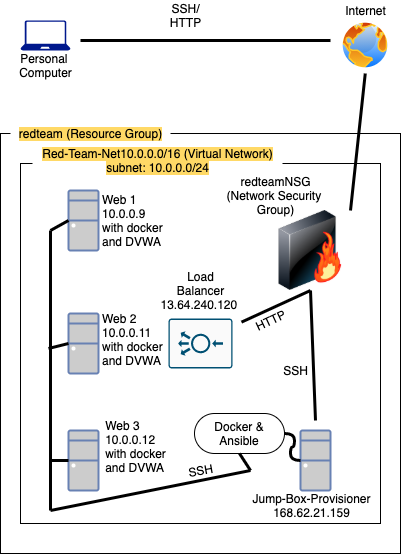
Earlier version of the draw.io export network.png (beniparis/Project1). Source tidied: cells renumbered, new cells last; positions are measured from the earlier drawing's top-left corner, leaving out a move shared by most shapes. Its diagram source:
```xml
<mxGraphModel>
  <root>
    <mxCell id="0" />
    <mxCell id="1" parent="0" />
    <mxCell id="2" style="whiteSpace=wrap;html=1;labelBackgroundColor=none;fillColor=none;" parent="1" vertex="1">
      <mxGeometry x="20" y="163" width="360" height="360" as="geometry" />
    </mxCell>
    <mxCell id="3" style="shadow=0;dashed=0;html=1;strokeColor=none;labelPosition=center;verticalLabelPosition=bottom;verticalAlign=top;align=center;fillColor=#00188D;shape=mxgraph.azure.laptop;" parent="1" vertex="1">
      <mxGeometry x="20" y="20" width="50" height="30" as="geometry" />
    </mxCell>
    <mxCell id="4" value="Personal &lt;br&gt;Computer" style="text;html=1;align=center;verticalAlign=middle;" parent="1" vertex="1">
      <mxGeometry x="10" y="50" width="70" height="30" as="geometry" />
    </mxCell>
    <mxCell id="5" style="endArrow=none;html=1;strokeWidth=3;" parent="1" edge="1">
      <mxGeometry relative="1" as="geometry">
        <mxPoint x="80" y="40" as="sourcePoint" />
        <mxPoint x="330" y="40" as="targetPoint" />
        <Array as="points">
          <mxPoint x="300" y="40" />
        </Array>
      </mxGeometry>
    </mxCell>
    <mxCell id="6" style="perimeter=ellipsePerimeter;html=1;align=center;shadow=0;dashed=0;spacingTop=3;image;image=img/lib/active_directory/internet_globe.svg;" parent="1" vertex="1">
      <mxGeometry x="340" y="20" width="50" height="50" as="geometry" />
    </mxCell>
    <mxCell id="7" value="Internet" style="text;html=1;align=center;verticalAlign=middle;" parent="1" vertex="1">
      <mxGeometry x="335" width="60" height="20" as="geometry" />
    </mxCell>
    <mxCell id="8" value="SSH/&lt;br&gt;HTTP" style="text;html=1;align=center;verticalAlign=middle;" parent="1" vertex="1">
      <mxGeometry x="160" width="50" height="30" as="geometry" />
    </mxCell>
    <mxCell id="9" style="rounded=0;whiteSpace=wrap;html=1;labelBackgroundColor=none;fillColor=none;" parent="1" vertex="1">
      <mxGeometry y="133" width="400" height="420" as="geometry" />
    </mxCell>
    <mxCell id="10" value="&lt;span style=&quot;background-color: rgb(255 , 217 , 102)&quot;&gt;redteam (Resource Group)&lt;/span&gt;" style="text;html=1;align=center;verticalAlign=middle;fillColor=#FFFFFF;" parent="1" vertex="1">
      <mxGeometry x="10" y="123" width="160" height="20" as="geometry" />
    </mxCell>
    <mxCell id="11" style="endArrow=none;html=1;strokeWidth=3;exitX=1;exitY=0;exitDx=0;exitDy=0;" parent="1" edge="1" source="12">
      <mxGeometry relative="1" as="geometry">
        <mxPoint x="364.8" y="73" as="targetPoint" />
      </mxGeometry>
    </mxCell>
    <mxCell id="12" style="image;html=1;image=img/lib/clip_art/networking/Firewall-page1_128x128.png;labelBackgroundColor=none;fillColor=#FFFFFF;" parent="1" vertex="1">
      <mxGeometry x="270" y="210" width="80" height="80" as="geometry" />
    </mxCell>
    <mxCell id="13" value="redteamNSG&lt;br&gt;(Network Security &lt;br&gt;Group)" style="text;html=1;align=center;verticalAlign=middle;" parent="1" vertex="1">
      <mxGeometry x="220" y="170" width="110" height="50" as="geometry" />
    </mxCell>
    <mxCell id="14" value="&lt;span style=&quot;background-color: rgb(255 , 217 , 102)&quot;&gt;Red-Team-Net&lt;/span&gt;&lt;span style=&quot;background-color: rgb(255 , 217 , 102)&quot;&gt;10.0.0.0/16&amp;nbsp;&lt;/span&gt;&lt;span style=&quot;background-color: rgb(255 , 217 , 102)&quot;&gt;(Virtual Network)&lt;br&gt;subnet: 10.0.0.0/24&lt;br&gt;&lt;/span&gt;" style="text;html=1;align=center;verticalAlign=middle;fillColor=#FFFFFF;" parent="1" vertex="1">
      <mxGeometry x="32" y="145" width="250" height="30" as="geometry" />
    </mxCell>
    <mxCell id="15" style="verticalLabelPosition=bottom;html=1;verticalAlign=top;align=center;shape=mxgraph.cisco19.rect;prIcon=load_balancer;fillColor=#FAFAFA;strokeColor=#005073;labelBackgroundColor=none;direction=west;" parent="1" vertex="1">
      <mxGeometry x="168" y="318" width="64" height="50" as="geometry" />
    </mxCell>
    <mxCell id="16" value="Load&lt;br&gt;Balancer&lt;br&gt;13.64.240.120&amp;nbsp;" style="text;html=1;align=center;verticalAlign=middle;" parent="1" vertex="1">
      <mxGeometry x="150" y="265" width="100" height="50" as="geometry" />
    </mxCell>
    <mxCell id="17" style="endArrow=none;html=1;strokeWidth=3;entryX=0.5;entryY=1;entryDx=0;entryDy=0;exitX=-0.04;exitY=-0.039;exitDx=0;exitDy=0;exitPerimeter=0;" parent="1" edge="1" source="18" target="12">
      <mxGeometry relative="1" as="geometry" />
    </mxCell>
    <mxCell id="18" value="HTTP" style="text;html=1;align=center;verticalAlign=middle;points=[];rotation=-25;" parent="1" vertex="1">
      <mxGeometry x="245" y="310" width="50" height="20" as="geometry" />
    </mxCell>
    <mxCell id="19" style="fontColor=#0066CC;verticalAlign=top;verticalLabelPosition=bottom;labelPosition=center;align=center;html=1;outlineConnect=0;fillColor=#CCCCCC;strokeColor=#6881B3;gradientColor=none;gradientDirection=north;strokeWidth=2;shape=mxgraph.networks.desktop_pc;labelBackgroundColor=none;" parent="1" vertex="1">
      <mxGeometry x="300" y="430" width="30" height="60" as="geometry" />
    </mxCell>
    <mxCell id="20" style="endArrow=none;html=1;strokeWidth=3;" parent="1" edge="1">
      <mxGeometry relative="1" as="geometry">
        <mxPoint x="315" y="420" as="sourcePoint" />
        <mxPoint x="310" y="290" as="targetPoint" />
      </mxGeometry>
    </mxCell>
    <mxCell id="21" value="SSH" style="text;html=1;align=center;verticalAlign=middle;rotation=0;" parent="1" vertex="1">
      <mxGeometry x="275" y="360" width="40" height="20" as="geometry" />
    </mxCell>
    <mxCell id="22" style="fontColor=#0066CC;verticalAlign=top;verticalLabelPosition=bottom;labelPosition=center;align=center;html=1;outlineConnect=0;fillColor=#CCCCCC;strokeColor=#6881B3;gradientColor=none;gradientDirection=north;strokeWidth=2;shape=mxgraph.networks.desktop_pc;labelBackgroundColor=none;" parent="1" vertex="1">
      <mxGeometry x="68" y="190" width="30" height="60" as="geometry" />
    </mxCell>
    <mxCell id="23" style="fontColor=#0066CC;verticalAlign=top;verticalLabelPosition=bottom;labelPosition=center;align=center;html=1;outlineConnect=0;fillColor=#CCCCCC;strokeColor=#6881B3;gradientColor=none;gradientDirection=north;strokeWidth=2;shape=mxgraph.networks.desktop_pc;labelBackgroundColor=none;" parent="1" vertex="1">
      <mxGeometry x="68" y="313" width="30" height="60" as="geometry" />
    </mxCell>
    <mxCell id="24" style="fontColor=#0066CC;verticalAlign=top;verticalLabelPosition=bottom;labelPosition=center;align=center;html=1;outlineConnect=0;fillColor=#CCCCCC;strokeColor=#6881B3;gradientColor=none;gradientDirection=north;strokeWidth=2;shape=mxgraph.networks.desktop_pc;labelBackgroundColor=none;" parent="1" vertex="1">
      <mxGeometry x="68" y="430" width="30" height="60" as="geometry" />
    </mxCell>
    <mxCell id="25" value="Web 1&lt;br&gt;10.0.0.9&lt;br&gt;&lt;div&gt;with docker&lt;/div&gt;&lt;div&gt;and DVWA&lt;/div&gt;" style="text;html=1;align=left;verticalAlign=middle;" parent="1" vertex="1">
      <mxGeometry x="100" y="190" width="80" height="60" as="geometry" />
    </mxCell>
    <mxCell id="26" value="Web 2&lt;br&gt;10.0.0.11&lt;br&gt;&lt;div&gt;with docker&lt;/div&gt;&lt;div&gt;and DVWA&lt;/div&gt;" style="text;html=1;align=left;verticalAlign=middle;" parent="1" vertex="1">
      <mxGeometry x="100" y="309" width="80" height="60" as="geometry" />
    </mxCell>
    <mxCell id="27" value="&lt;div style=&quot;text-align: left&quot;&gt;&lt;span&gt;Web 3&lt;/span&gt;&lt;/div&gt;&lt;div style=&quot;text-align: left&quot;&gt;&lt;span&gt;10.0.0.12&lt;/span&gt;&lt;/div&gt;&lt;div style=&quot;text-align: left&quot;&gt;&lt;span&gt;with docker&lt;/span&gt;&lt;/div&gt;&lt;div style=&quot;text-align: left&quot;&gt;&lt;span&gt;and DVWA&lt;/span&gt;&lt;/div&gt;" style="text;html=1;align=center;verticalAlign=middle;" parent="1" vertex="1">
      <mxGeometry x="95" y="416" width="80" height="60" as="geometry" />
    </mxCell>
    <mxCell id="28" value="Jump-Box-Provisioner&lt;br&gt;168.62.21.159" style="text;html=1;align=center;verticalAlign=middle;" parent="1" vertex="1">
      <mxGeometry x="246" y="490" width="130" height="30" as="geometry" />
    </mxCell>
    <mxCell id="29" style="endArrow=none;html=1;strokeWidth=3;" parent="1" edge="1">
      <mxGeometry relative="1" as="geometry">
        <mxPoint x="50" y="510" as="sourcePoint" />
        <mxPoint x="250" y="470" as="targetPoint" />
      </mxGeometry>
    </mxCell>
    <mxCell id="30" style="endArrow=none;html=1;strokeWidth=3;exitX=0.125;exitY=0.231;exitDx=0;exitDy=0;exitPerimeter=0;" parent="1" edge="1" source="9">
      <mxGeometry relative="1" as="geometry">
        <mxPoint x="50" y="510" as="targetPoint" />
      </mxGeometry>
    </mxCell>
    <mxCell id="31" style="endArrow=none;html=1;strokeWidth=3;" parent="1" edge="1" source="24">
      <mxGeometry relative="1" as="geometry">
        <mxPoint x="50" y="460" as="targetPoint" />
      </mxGeometry>
    </mxCell>
    <mxCell id="32" style="endArrow=none;html=1;strokeWidth=3;entryX=0;entryY=0.5;entryDx=0;entryDy=0;entryPerimeter=0;" parent="1" edge="1" target="22">
      <mxGeometry relative="1" as="geometry">
        <mxPoint x="50" y="230" as="sourcePoint" />
      </mxGeometry>
    </mxCell>
    <mxCell id="33" style="endArrow=none;html=1;strokeWidth=3;entryX=0;entryY=0.5;entryDx=0;entryDy=0;entryPerimeter=0;" parent="1" edge="1" target="23">
      <mxGeometry relative="1" as="geometry">
        <mxPoint x="48" y="348" as="sourcePoint" />
      </mxGeometry>
    </mxCell>
    <mxCell id="34" value="SSH" style="text;html=1;align=center;verticalAlign=middle;rotation=-10;" parent="1" vertex="1">
      <mxGeometry x="180" y="460" width="40" height="20" as="geometry" />
    </mxCell>
    <mxCell id="35" value="Docker &amp;amp;&lt;br&gt;Ansible" style="whiteSpace=wrap;html=1;rounded=1;arcSize=50;align=center;verticalAlign=middle;strokeWidth=1;spacing=4;newEdgeStyle={&quot;edgeStyle&quot;:&quot;entityRelationEdgeStyle&quot;,&quot;startArrow&quot;:&quot;none&quot;,&quot;endArrow&quot;:&quot;none&quot;,&quot;segment&quot;:10,&quot;curved&quot;:1};labelBackgroundColor=none;fillColor=none;" parent="1" vertex="1">
      <mxGeometry x="194" y="413" width="90" height="40" as="geometry" />
    </mxCell>
    <mxCell id="36" style="edgeStyle=entityRelationEdgeStyle;startArrow=none;endArrow=none;segment=10;curved=1;strokeWidth=3;entryX=0;entryY=0.5;entryDx=0;entryDy=0;entryPerimeter=0;" parent="1" edge="1" source="35" target="19">
      <mxGeometry relative="1" as="geometry" />
    </mxCell>
    <mxCell id="37" style="endArrow=none;html=1;strokeWidth=3;entryX=0.5;entryY=1;entryDx=0;entryDy=0;" parent="1" edge="1" target="35">
      <mxGeometry relative="1" as="geometry">
        <mxPoint x="250" y="470" as="sourcePoint" />
      </mxGeometry>
    </mxCell>
  </root>
</mxGraphModel>
```
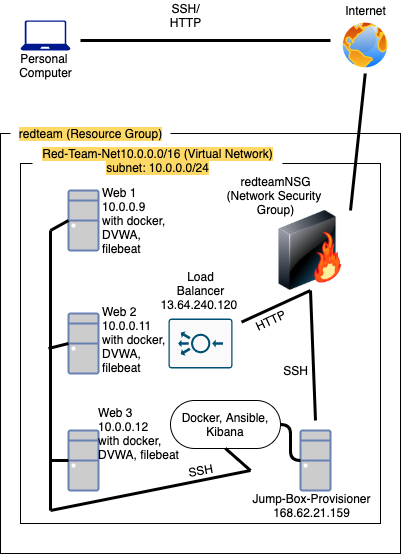
The same diagram one commit later.

What changed in the source:
```diff
@@ -82,14 +82,14 @@
     <mxCell id="24" style="fontColor=#0066CC;verticalAlign=top;verticalLabelPosition=bottom;labelPosition=center;align=center;html=1;outlineConnect=0;fillColor=#CCCCCC;strokeColor=#6881B3;gradientColor=none;gradientDirection=north;strokeWidth=2;shape=mxgraph.networks.desktop_pc;labelBackgroundColor=none;" parent="1" vertex="1">
       <mxGeometry x="68" y="430" width="30" height="60" as="geometry" />
     </mxCell>
-    <mxCell id="25" value="Web 1&lt;br&gt;10.0.0.9&lt;br&gt;&lt;div&gt;with docker&lt;/div&gt;&lt;div&gt;and DVWA&lt;/div&gt;" style="text;html=1;align=left;verticalAlign=middle;" parent="1" vertex="1">
-      <mxGeometry x="100" y="190" width="80" height="60" as="geometry" />
+    <mxCell id="25" value="Web 1&lt;br&gt;10.0.0.9&lt;br&gt;&lt;div&gt;with docker,&lt;/div&gt;&lt;div&gt;DVWA,&amp;nbsp;&lt;/div&gt;&lt;div&gt;filebeat&lt;/div&gt;" style="text;html=1;align=left;verticalAlign=middle;" parent="1" vertex="1">
+      <mxGeometry x="100" y="180" width="80" height="80" as="geometry" />
     </mxCell>
-    <mxCell id="26" value="Web 2&lt;br&gt;10.0.0.11&lt;br&gt;&lt;div&gt;with docker&lt;/div&gt;&lt;div&gt;and DVWA&lt;/div&gt;" style="text;html=1;align=left;verticalAlign=middle;" parent="1" vertex="1">
-      <mxGeometry x="100" y="309" width="80" height="60" as="geometry" />
+    <mxCell id="26" value="Web 2&lt;br&gt;10.0.0.11&lt;br&gt;&lt;div&gt;with&lt;span&gt;&amp;nbsp;docker,&lt;/span&gt;&lt;/div&gt;&lt;div&gt;DVWA,&amp;nbsp;&lt;/div&gt;&lt;div&gt;filebeat&lt;/div&gt;" style="text;html=1;align=left;verticalAlign=middle;" parent="1" vertex="1">
+      <mxGeometry x="100" y="299" width="80" height="80" as="geometry" />
     </mxCell>
-    <mxCell id="27" value="&lt;div style=&quot;text-align: left&quot;&gt;&lt;span&gt;Web 3&lt;/span&gt;&lt;/div&gt;&lt;div style=&quot;text-align: left&quot;&gt;&lt;span&gt;10.0.0.12&lt;/span&gt;&lt;/div&gt;&lt;div style=&quot;text-align: left&quot;&gt;&lt;span&gt;with docker&lt;/span&gt;&lt;/div&gt;&lt;div style=&quot;text-align: left&quot;&gt;&lt;span&gt;and DVWA&lt;/span&gt;&lt;/div&gt;" style="text;html=1;align=center;verticalAlign=middle;" parent="1" vertex="1">
-      <mxGeometry x="95" y="416" width="80" height="60" as="geometry" />
+    <mxCell id="27" value="&lt;div style=&quot;text-align: left&quot;&gt;&lt;span&gt;Web 3&lt;/span&gt;&lt;/div&gt;&lt;div style=&quot;text-align: left&quot;&gt;&lt;span&gt;10.0.0.12&lt;/span&gt;&lt;/div&gt;&lt;div style=&quot;text-align: left&quot;&gt;&lt;span&gt;with docker,&lt;/span&gt;&lt;/div&gt;&lt;div style=&quot;text-align: left&quot;&gt;&lt;span&gt;DVWA, filebeat&lt;/span&gt;&lt;/div&gt;" style="text;html=1;align=center;verticalAlign=middle;" parent="1" vertex="1">
+      <mxGeometry x="88" y="403" width="100" height="60" as="geometry" />
     </mxCell>
     <mxCell id="28" value="Jump-Box-Provisioner&lt;br&gt;168.62.21.159" style="text;html=1;align=center;verticalAlign=middle;" parent="1" vertex="1">
       <mxGeometry x="246" y="490" width="130" height="30" as="geometry" />
@@ -123,8 +123,8 @@
     <mxCell id="34" value="SSH" style="text;html=1;align=center;verticalAlign=middle;rotation=-10;" parent="1" vertex="1">
       <mxGeometry x="180" y="460" width="40" height="20" as="geometry" />
     </mxCell>
-    <mxCell id="35" value="Docker &amp;amp;&lt;br&gt;Ansible" style="whiteSpace=wrap;html=1;rounded=1;arcSize=50;align=center;verticalAlign=middle;strokeWidth=1;spacing=4;newEdgeStyle={&quot;edgeStyle&quot;:&quot;entityRelationEdgeStyle&quot;,&quot;startArrow&quot;:&quot;none&quot;,&quot;endArrow&quot;:&quot;none&quot;,&quot;segment&quot;:10,&quot;curved&quot;:1};labelBackgroundColor=none;fillColor=none;" parent="1" vertex="1">
-      <mxGeometry x="194" y="413" width="90" height="40" as="geometry" />
+    <mxCell id="35" value="Docker, Ansible, Kibana" style="whiteSpace=wrap;html=1;rounded=1;arcSize=50;align=center;verticalAlign=middle;strokeWidth=1;spacing=4;newEdgeStyle={&quot;edgeStyle&quot;:&quot;entityRelationEdgeStyle&quot;,&quot;startArrow&quot;:&quot;none&quot;,&quot;endArrow&quot;:&quot;none&quot;,&quot;segment&quot;:10,&quot;curved&quot;:1};labelBackgroundColor=none;fillColor=none;" parent="1" vertex="1">
+      <mxGeometry x="170" y="400" width="110" height="48" as="geometry" />
     </mxCell>
     <mxCell id="36" style="edgeStyle=entityRelationEdgeStyle;startArrow=none;endArrow=none;segment=10;curved=1;strokeWidth=3;entryX=0;entryY=0.5;entryDx=0;entryDy=0;entryPerimeter=0;" parent="1" edge="1" source="35" target="19">
       <mxGeometry relative="1" as="geometry" />
```
